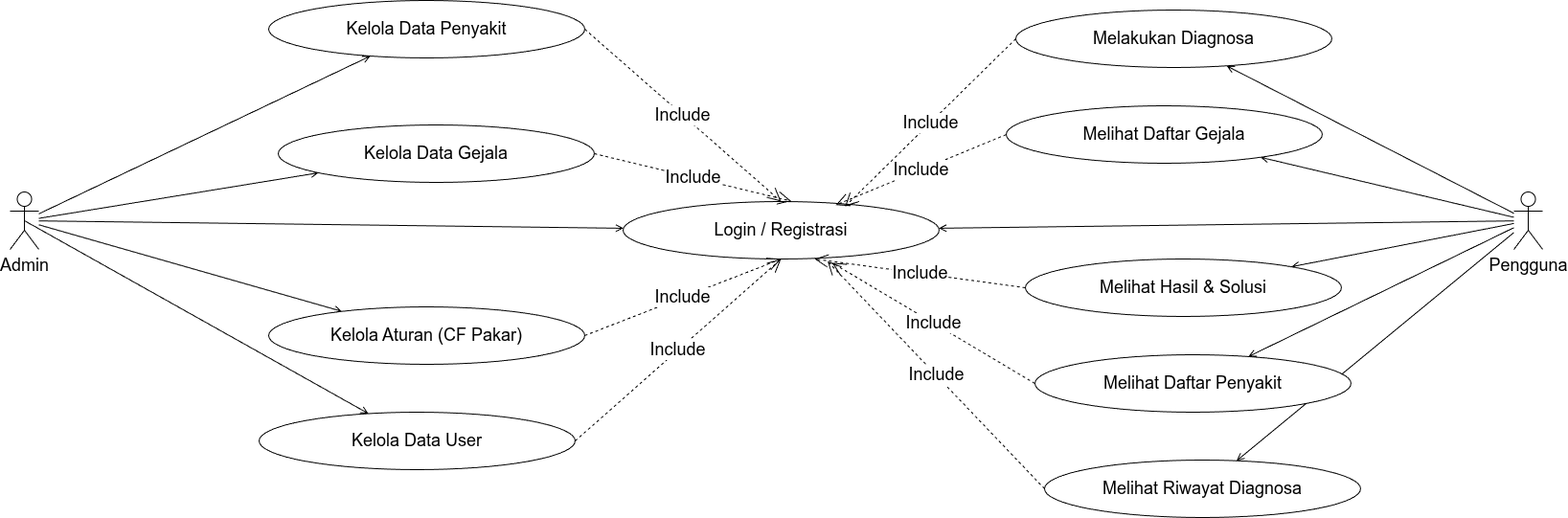
Above: diagram/usecase/usecase.png in RajaSunrise/kangkungku (draw.io), before the change. Source tidied: cells renumbered, new cells last; positions are measured from the earlier drawing's top-left corner, leaving out a move shared by most shapes.
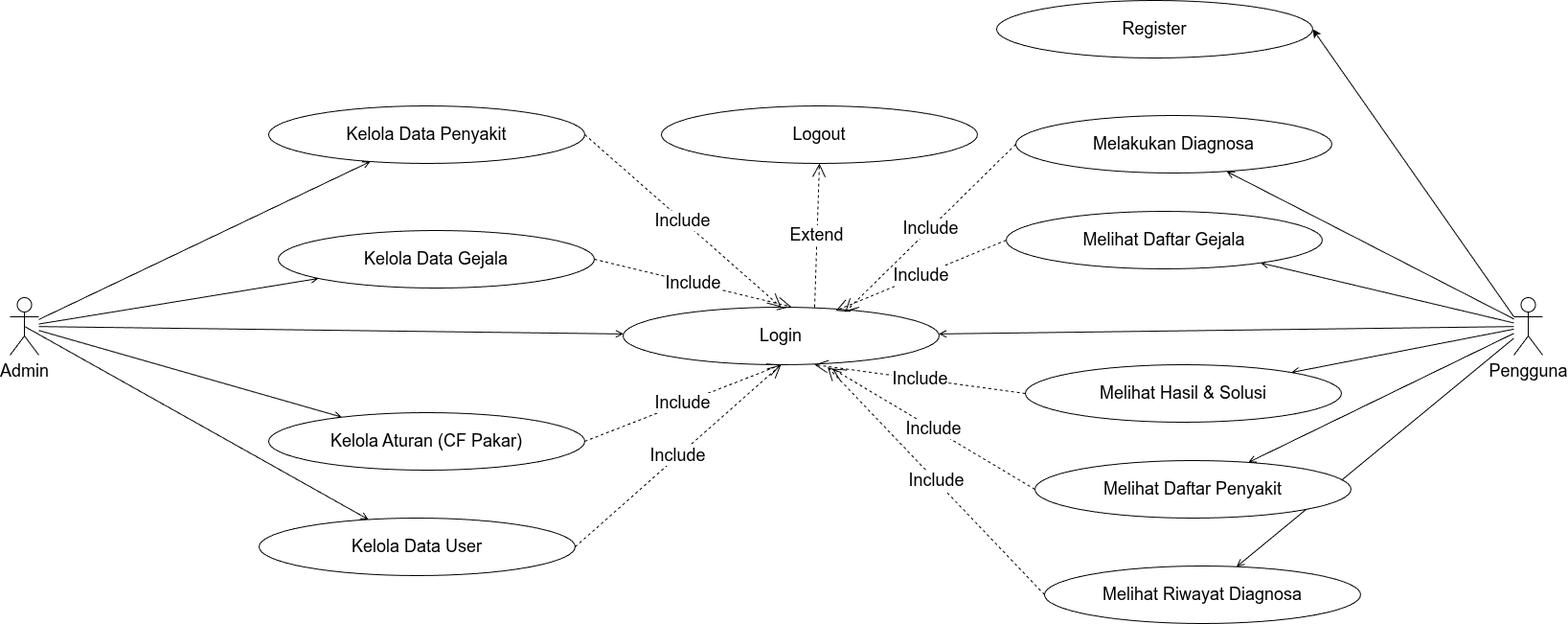
After the change.

Change to the diagram source:
```diff
@@ -2,6 +2,9 @@
   <root>
     <mxCell id="0" />
     <mxCell id="1" parent="0" />
+    <mxCell id="35" style="edgeStyle=none;html=1;exitX=0;exitY=0.3333333333333333;exitDx=0;exitDy=0;exitPerimeter=0;entryX=1;entryY=0.5;entryDx=0;entryDy=0;" parent="1" edge="1" source="2" target="36">
+      <mxGeometry relative="1" as="geometry" />
+    </mxCell>
     <mxCell id="2" value="Pengguna" style="shape=umlActor;verticalLabelPosition=bottom;verticalAlign=top;html=1;outlineConnect=0;fontSize=18;" parent="1" vertex="1">
       <mxGeometry x="1570" y="200" width="30" height="60" as="geometry" />
     </mxCell>
@@ -71,7 +74,7 @@
     <mxCell id="24" value="&lt;font style=&quot;font-size: 18px;&quot;&gt;Melakukan Diagnosa&lt;/font&gt;" style="ellipse;whiteSpace=wrap;html=1;fillColor=#FFFFFF;strokeColor=#000000;fontColor=light-dark(#000000,#000000);" parent="1" vertex="1">
       <mxGeometry x="1050" y="10" width="330" height="60" as="geometry" />
     </mxCell>
-    <mxCell id="25" value="&lt;font style=&quot;font-size: 18px;&quot;&gt;Login / Registrasi&lt;/font&gt;" style="ellipse;whiteSpace=wrap;html=1;fillColor=#FFFFFF;strokeColor=#000000;fontColor=light-dark(#000000,#000000);" parent="1" vertex="1">
+    <mxCell id="25" value="&lt;font style=&quot;font-size: 18px;&quot;&gt;Login&lt;/font&gt;" style="ellipse;whiteSpace=wrap;html=1;fillColor=#FFFFFF;strokeColor=#000000;fontColor=light-dark(#000000,#000000);" parent="1" vertex="1">
       <mxGeometry x="640" y="210" width="330" height="60" as="geometry" />
     </mxCell>
     <mxCell id="26" value="&lt;font&gt;Include&lt;/font&gt;" style="endArrow=open;endSize=12;dashed=1;html=1;rounded=0;startSize=12;exitX=1;exitY=0.5;exitDx=0;exitDy=0;entryX=0.5;entryY=0;entryDx=0;entryDy=0;fontSize=18;" parent="1" edge="1" source="15" target="25">
@@ -103,5 +106,14 @@
     <mxCell id="34" value="Include" style="endArrow=open;endSize=12;dashed=1;html=1;rounded=0;exitX=0;exitY=0.5;exitDx=0;exitDy=0;entryX=0.702;entryY=0.087;entryDx=0;entryDy=0;entryPerimeter=0;fontSize=18;" parent="1" edge="1" source="24" target="25">
       <mxGeometry relative="1" as="geometry" />
     </mxCell>
+    <mxCell id="36" value="&lt;span style=&quot;font-size: 18px;&quot;&gt;Register&lt;/span&gt;" style="ellipse;whiteSpace=wrap;html=1;fillColor=#FFFFFF;strokeColor=#000000;fontColor=light-dark(#000000,#000000);" parent="1" vertex="1">
+      <mxGeometry x="1030" y="-110" width="330" height="60" as="geometry" />
+    </mxCell>
+    <mxCell id="37" value="&lt;span style=&quot;font-size: 18px;&quot;&gt;Logout&lt;/span&gt;" style="ellipse;whiteSpace=wrap;html=1;fillColor=#FFFFFF;strokeColor=#000000;fontColor=light-dark(#000000,#000000);" parent="1" vertex="1">
+      <mxGeometry x="680" width="330" height="60" as="geometry" />
+    </mxCell>
+    <mxCell id="38" value="Extend" style="endArrow=open;endSize=12;dashed=1;html=1;rounded=0;exitX=0.606;exitY=0;exitDx=0;exitDy=0;entryX=0.5;entryY=1;entryDx=0;entryDy=0;fontSize=18;exitPerimeter=0;" parent="1" edge="1" source="25" target="37">
+      <mxGeometry relative="1" as="geometry" />
+    </mxCell>
   </root>
 </mxGraphModel>
```
